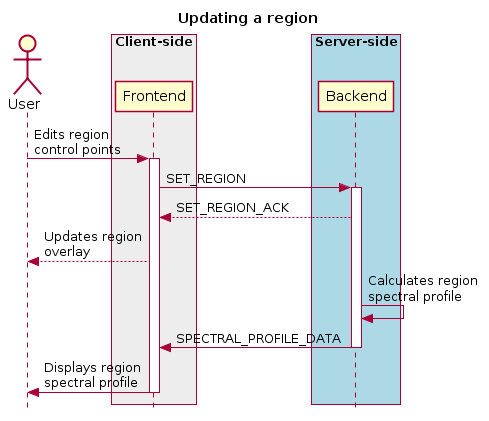
Above: docs/images/image9.png in CARTAvis/carta-protobuf (PlantUML), before the change.
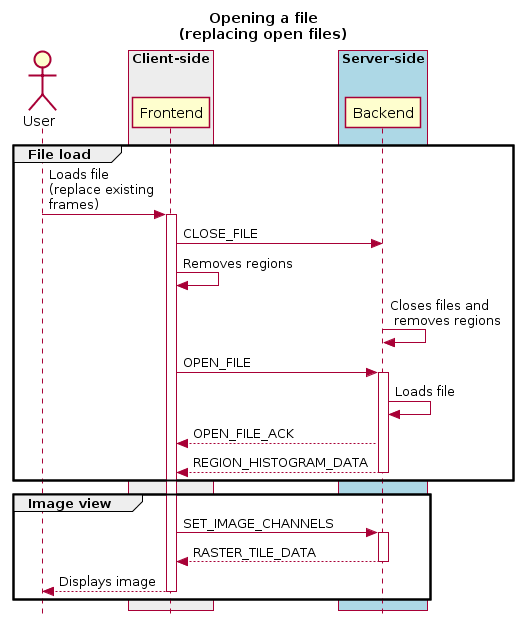
The same file after the commit.

Diff of the diagram source:
```diff
@@ -1,25 +1,35 @@
 @startuml
 skinparam style strictuml
 hide footbox
-title Updating a region
+title Opening a file\n(replacing open files)
 
 actor User
-box "Client-side" #EDEDED
+box "Client-side"  #EDEDED
         participant Frontend
 end box
 
 box "Server-side" #lightblue
 	participant Backend
 end box
-User -> Frontend: Edits region\ncontrol points
+group File load
+User -> Frontend : Loads file\n(replace existing\nframes)
 activate Frontend
-Frontend -> Backend : SET_REGION
+Frontend -> Backend : CLOSE_FILE
+Frontend -> Frontend : Removes regions
+Backend -> Backend : Closes files and\n removes regions
+Frontend -> Backend : OPEN_FILE
 activate Backend
-Frontend <-- Backend : SET_REGION_ACK
-User <-- Frontend: Updates region\noverlay
-Backend <- Backend : Calculates region\nspectral profile
-Frontend <- Backend : SPECTRAL_PROFILE_DATA
+Backend -> Backend : Loads file
+Frontend <-- Backend : OPEN_FILE_ACK
+Frontend <-- Backend : REGION_HISTOGRAM_DATA
 deactivate Backend
-User <- Frontend : Displays region\nspectral profile
+end
+group Image view
+Frontend -> Backend : SET_IMAGE_CHANNELS
+activate Backend
+Frontend <-- Backend : RASTER_TILE_DATA
+deactivate Backend
+User <-- Frontend: Displays image
 deactivate Frontend
+end
 @enduml
```
